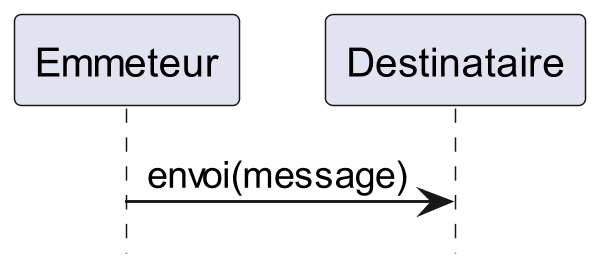
Above: S3/assets/build/Envoi.png in thomasGuibert/Cours-Design (PlantUML), before the change. Its diagram source:
```plantuml
@startuml Envoi
scale 600*600
hide footbox

Emmeteur -> Destinataire: envoi(message)

@enduml
```
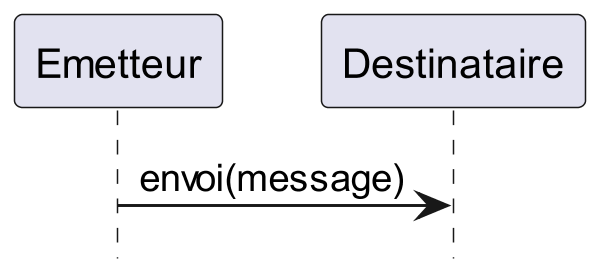
The same diagram one commit later.

Commit message:
fix emmeteur to emetteur

Change to the diagram source:
```diff
@@ -2,6 +2,6 @@
 scale 600*600
 hide footbox
 
-Emmeteur -> Destinataire: envoi(message)
+Emetteur -> Destinataire: envoi(message)
 
 @enduml
```
